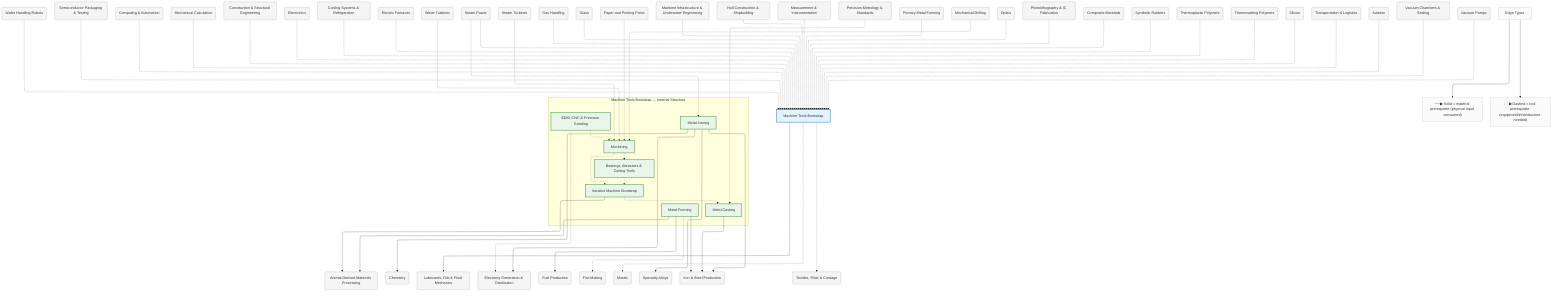
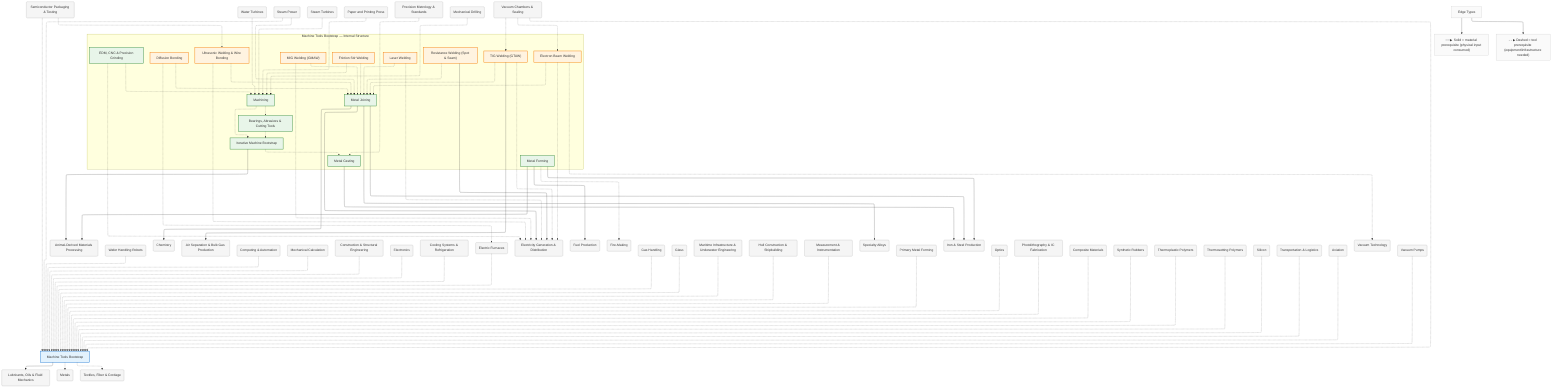
%%{init: {"flowchart": {"defaultRenderer": "elk", "htmlLabels": true}}}%%
graph TD
    %% Domain: Machine Tools Bootstrap

    %% ==================== INTERNAL NODES ====================
    subgraph machine-tools_internal ["Machine Tools Bootstrap — Internal Structure"]
        direction TB
        machine-tools_casting["Metal Casting"]
        machine-tools_iterative-bootstrap["Iterative Machine Bootstrap"]
        machine-tools_bearings-abrasives["Bearings, Abrasives & Cutting Tools"]
        machine-tools_forming["Metal Forming"]
        machine-tools_machining["Machining"]
        machine-tools_joining["Metal Joining"]
+         machine-tools_joining_tig-welding["TIG Welding (GTAW)"]
+         machine-tools_joining_mig-welding["MIG Welding (GMAW)"]
+         machine-tools_joining_resistance-welding["Resistance Welding (Spot & Seam)"]
+         machine-tools_joining_electron-beam["Electron Beam Welding"]
+         machine-tools_joining_ultrasonic-bonding["Ultrasonic Welding & Wire Bonding"]
+         machine-tools_joining_friction-stir["Friction Stir Welding"]
+         machine-tools_joining_laser-welding["Laser Welding"]
+         machine-tools_joining_diffusion-bonding["Diffusion Bonding"]
        machine-tools_edm-cnc["EDM, CNC & Precision Grinding"]
    end

    %% ==================== DOMAIN NODE ====================
    machine-tools["Machine Tools Bootstrap"]

    %% ==================== EXTERNAL DEPENDENCIES ====================
    animals_animal-materials("Animal-Derived Materials Processing")
    automation_wafer-handling("Wafer Handling Robots")
    chemistry("Chemistry")
+     chemistry_air-separation("Air Separation & Bulk Gas Production")
    chemistry_lubricants("Lubricants, Oils & Fluid Mechanics")
    chemistry_packaging-testing("Semiconductor Packaging & Testing")
    computing("Computing & Automation")
    computing_mechanical("Mechanical Calculation")
    construction("Construction & Structural Engineering")
    electronics("Electronics")
    energy_cooling("Cooling Systems & Refrigeration")
    energy_electric-furnaces("Electric Furnaces")
    energy_electricity("Electricity Generation & Distribution")
    energy_fuels("Fuel Production")
    energy_gravity_water-turbines("Water Turbines")
    energy_steam-power("Steam Power")
    energy_steam-power_steam-turbines("Steam Turbines")
    foundations_fire("Fire-Making")
    gas-handling("Gas Handling")
    glass("Glass")
    knowledge_printing("Paper and Printing Press")
    marine_infrastructure("Maritime Infrastructure & Underwater Engineering")
    marine_shipbuilding("Hull Construction & Shipbuilding")
    measurement("Measurement & Instrumentation")
    measurement_precision-metrology("Precision Metrology & Standards")
    metals("Metals")
    metals_alloys("Specialty Alloys")
    metals_forming("Primary Metal Forming")
    metals_iron-steel("Iron & Steel Production")
    mining_drilling("Mechanical Drilling")
    optics("Optics")
    photolithography("Photolithography & IC Fabrication")
    polymers_composites("Composite Materials")
    polymers_rubber_synthetic("Synthetic Rubbers")
    polymers_thermoplastics("Thermoplastic Polymers")
    polymers_thermosets("Thermosetting Polymers")
    silicon("Silicon")
    textiles("Textiles, Fiber & Cordage")
    transport("Transportation & Logistics")
    transport_aviation("Aviation")
+     vacuum("Vacuum Technology")
    vacuum_chambers("Vacuum Chambers & Sealing")
    vacuum_pumps("Vacuum Pumps")

    %% ==================== EDGES ====================
    machine-tools_iterative-bootstrap -.-> machine-tools_casting
    machine-tools_bearings-abrasives -.-> machine-tools_iterative-bootstrap
    machine-tools_machining -.-> machine-tools_iterative-bootstrap
    machine-tools_machining -.-> machine-tools_bearings-abrasives
    machine-tools_edm-cnc -.-> machine-tools_machining
+     machine-tools_joining_tig-welding -.-> machine-tools_joining
+     machine-tools_joining_mig-welding -.-> machine-tools_joining
+     machine-tools_joining_resistance-welding -.-> machine-tools_joining
+     machine-tools_joining_electron-beam -.-> machine-tools_joining
+     machine-tools_joining_ultrasonic-bonding -.-> machine-tools_joining
+     machine-tools_joining_friction-stir -.-> machine-tools_joining
+     machine-tools_joining_friction-stir -.-> machine-tools_machining
+     machine-tools_joining_laser-welding -.-> machine-tools_joining
+     machine-tools_joining_diffusion-bonding -.-> machine-tools_joining
    machine-tools_joining --> metals_iron-steel
    machine-tools -.-> metals
    machine-tools -.-> textiles
    machine-tools --> chemistry_lubricants
    machine-tools_casting --> metals_iron-steel
    measurement_precision-metrology -.-> machine-tools_casting
    energy_steam-power -.-> machine-tools
    energy_steam-power -.-> machine-tools_joining
    energy_electric-furnaces -.-> machine-tools
    energy_cooling -.-> machine-tools
    machine-tools_joining --> energy_electricity
    machine-tools_joining --> chemistry
    glass -.-> machine-tools
    optics -.-> machine-tools
    gas-handling -.-> machine-tools
    measurement -.-> machine-tools
    silicon -.-> machine-tools
    photolithography -.-> machine-tools
    chemistry_packaging-testing -.-> machine-tools
    transport -.-> machine-tools
    computing -.-> machine-tools
    transport_aviation -.-> machine-tools
    polymers_rubber_synthetic -.-> machine-tools
    polymers_thermosets -.-> machine-tools
    polymers_thermoplastics -.-> machine-tools
    polymers_composites -.-> machine-tools
    machine-tools_forming -.-> foundations_fire
    machine-tools_forming --> metals_iron-steel
    machine-tools_forming --> energy_fuels
    machine-tools_edm-cnc -.-> energy_electricity
    computing_mechanical -.-> machine-tools
    energy_steam-power_steam-turbines -.-> machine-tools_machining
    energy_gravity_water-turbines -.-> machine-tools_machining
    knowledge_printing -.-> machine-tools_machining
    machine-tools_joining --> metals_alloys
    metals_forming -.-> machine-tools
    machine-tools_forming --> animals_animal-materials
    machine-tools_iterative-bootstrap --> animals_animal-materials
    mining_drilling -.-> machine-tools_machining
    electronics -.-> machine-tools
    vacuum_pumps -.-> machine-tools
    vacuum_chambers -.-> machine-tools
    automation_wafer-handling -.-> machine-tools
    construction -.-> machine-tools
    marine_shipbuilding -.-> machine-tools
    marine_infrastructure -.-> machine-tools
+     machine-tools_joining_tig-welding -.-> energy_electricity
+     machine-tools_joining_tig-welding --> chemistry_air-separation
+     machine-tools_joining_mig-welding -.-> energy_electricity
+     machine-tools_joining_resistance-welding --> energy_electricity
+     machine-tools_joining_electron-beam -.-> vacuum
+     machine-tools_joining_electron-beam -.-> energy_electricity
+     machine-tools_joining_ultrasonic-bonding -.-> energy_electricity
+     machine-tools_joining_laser-welding -.-> energy_electricity
+     machine-tools_joining_diffusion-bonding -.-> energy_electric-furnaces
+     vacuum_chambers -.-> machine-tools_joining_tig-welding
+     vacuum_chambers -.-> machine-tools_joining_electron-beam
+     chemistry_packaging-testing -.-> machine-tools_joining_ultrasonic-bonding

    %% ==================== EDGE TYPE LEGEND ====================
    EdgeLegend["Edge Types"]
    EdgeLegend --> MatNote["──▶ Solid = material prerequisite (physical input consumed)"]
    EdgeLegend --> ToolNote["- - ▶ Dashed = tool prerequisite (equipment/infrastructure needed)"]

    %% ==================== STYLING ====================
    classDef domain fill:#e3f2fd,stroke:#1976d2,stroke-width:2px
    classDef capability fill:#e8f5e9,stroke:#388e3c,stroke-width:2px
    classDef process fill:#fff3e0,stroke:#f57c00,stroke-width:2px
    classDef critical fill:#fff3e0,stroke:#f57c00,stroke-width:3px
    classDef earlyWin fill:#e8f5e9,stroke:#388e3c,stroke-width:3px
    classDef pinnacle fill:#fce4ec,stroke:#c62828,stroke-width:3px
    classDef external fill:#f5f5f5,stroke:#9e9e9e,stroke-width:1px
    classDef legend fill:#fafafa,stroke:#bdbdbd,stroke-width:1px
    class machine-tools domain
    class machine-tools_casting capability
    class machine-tools_iterative-bootstrap capability
    class machine-tools_bearings-abrasives capability
    class machine-tools_forming capability
    class machine-tools_machining capability
    class machine-tools_joining capability
+     class machine-tools_joining_tig-welding process
+     class machine-tools_joining_mig-welding process
+     class machine-tools_joining_resistance-welding process
+     class machine-tools_joining_electron-beam process
+     class machine-tools_joining_ultrasonic-bonding process
+     class machine-tools_joining_friction-stir process
+     class machine-tools_joining_laser-welding process
+     class machine-tools_joining_diffusion-bonding process
    class machine-tools_edm-cnc capability
    class animals_animal-materials external
    class automation_wafer-handling external
    class chemistry external
+     class chemistry_air-separation external
    class chemistry_lubricants external
    class chemistry_packaging-testing external
    class computing external
    class computing_mechanical external
    class construction external
    class electronics external
    class energy_cooling external
    class energy_electric-furnaces external
    class energy_electricity external
    class energy_fuels external
    class energy_gravity_water-turbines external
    class energy_steam-power external
    class energy_steam-power_steam-turbines external
    class foundations_fire external
    class gas-handling external
    class glass external
    class knowledge_printing external
    class marine_infrastructure external
    class marine_shipbuilding external
    class measurement external
    class measurement_precision-metrology external
    class metals external
    class metals_alloys external
    class metals_forming external
    class metals_iron-steel external
    class mining_drilling external
    class optics external
    class photolithography external
    class polymers_composites external
    class polymers_rubber_synthetic external
    class polymers_thermoplastics external
    class polymers_thermosets external
    class silicon external
    class textiles external
    class transport external
    class transport_aviation external
+     class vacuum external
    class vacuum_chambers external
    class vacuum_pumps external
    class EdgeLegend,MatNote,ToolNote legend
